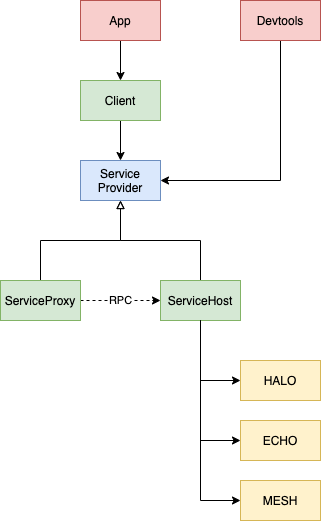
Before: docs/_archive/diagrams/client-services.png, a diagram exported from draw.io (dxos/dxos). Source tidied: cells renumbered, new cells last; positions are measured from the earlier drawing's top-left corner, leaving out a move shared by most shapes.
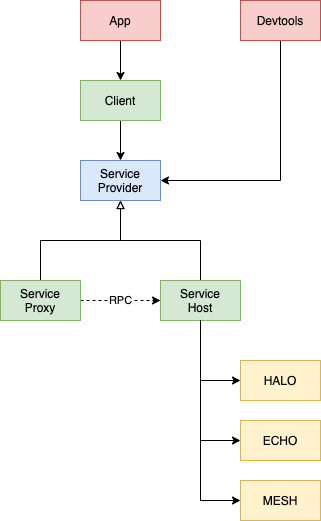
The same diagram one commit later.

Change to the diagram source:
```diff
@@ -14,7 +14,7 @@
     <mxCell id="5" style="edgeStyle=orthogonalEdgeStyle;rounded=0;jettySize=auto;html=1;exitX=0.5;exitY=0;exitDx=0;exitDy=0;entryX=0.5;entryY=1;entryDx=0;entryDy=0;endArrow=block;endFill=0;fontColor=default;" parent="1" edge="1" source="6" target="2">
       <mxGeometry relative="1" as="geometry" />
     </mxCell>
-    <mxCell id="6" value="ServiceHost" style="rounded=0;whiteSpace=wrap;html=1;fillColor=#d5e8d4;strokeColor=#82b366;fontColor=default;" parent="1" vertex="1">
+    <mxCell id="6" value="Service&lt;br&gt;Host" style="rounded=0;whiteSpace=wrap;html=1;fillColor=#d5e8d4;strokeColor=#82b366;fontColor=default;" parent="1" vertex="1">
       <mxGeometry x="160" y="280" width="80" height="40" as="geometry" />
     </mxCell>
     <mxCell id="7" style="edgeStyle=orthogonalEdgeStyle;rounded=0;jettySize=auto;html=1;exitX=0;exitY=0.5;exitDx=0;exitDy=0;entryX=0;entryY=0.5;entryDx=0;entryDy=0;fontColor=default;strokeColor=default;labelBackgroundColor=default;" parent="1" edge="1" target="8">
@@ -46,7 +46,7 @@
     <mxCell id="14" value="RPC" style="edgeStyle=orthogonalEdgeStyle;rounded=0;jettySize=auto;html=1;exitX=1;exitY=0.5;exitDx=0;exitDy=0;dashed=1;fontColor=default;entryX=0;entryY=0.5;entryDx=0;entryDy=0;strokeColor=default;labelBackgroundColor=default;" parent="1" edge="1" source="15" target="6">
       <mxGeometry relative="1" as="geometry" />
     </mxCell>
-    <mxCell id="15" value="ServiceProxy" style="rounded=0;whiteSpace=wrap;html=1;fillColor=#d5e8d4;strokeColor=#82b366;fontColor=default;" parent="1" vertex="1">
+    <mxCell id="15" value="Service&lt;br&gt;Proxy" style="rounded=0;whiteSpace=wrap;html=1;fillColor=#d5e8d4;strokeColor=#82b366;fontColor=default;" parent="1" vertex="1">
       <mxGeometry y="280" width="80" height="40" as="geometry" />
     </mxCell>
     <mxCell id="16" style="edgeStyle=orthogonalEdgeStyle;rounded=0;jettySize=auto;html=1;exitX=0.5;exitY=1;exitDx=0;exitDy=0;endArrow=classic;endFill=1;fontColor=default;" parent="1" edge="1" source="17" target="4">
```
